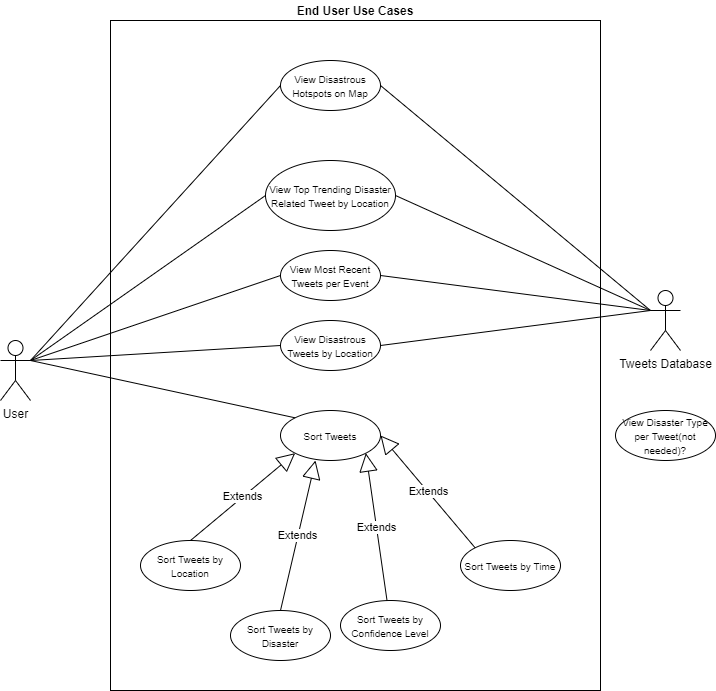
Above: _media/usecases/enduser.png in Lassonde-Cardinals/dbuster-docs (draw.io), before the change. Source tidied: cells renumbered, new cells last; positions are measured from the earlier drawing's top-left corner, leaving out a move shared by most shapes.
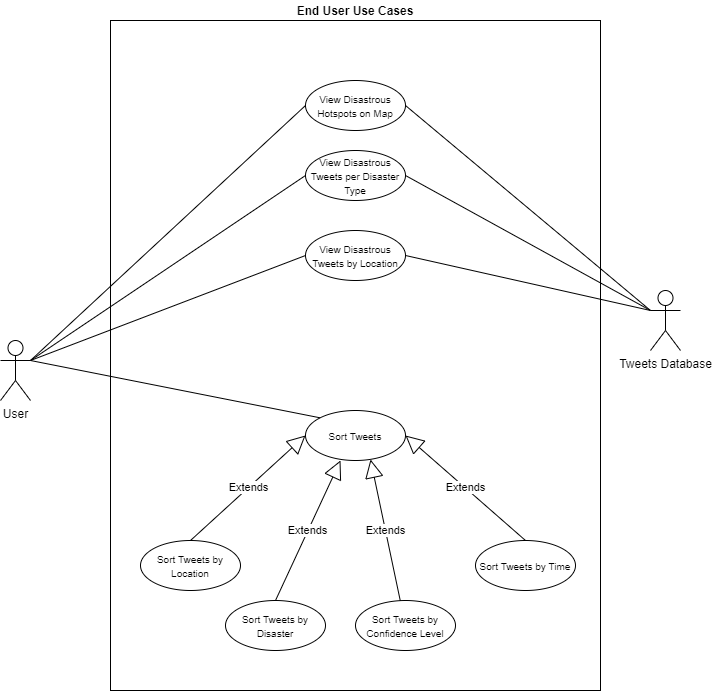
After the commit.

Commit message:
Added the drawio template and updated enduser use case

Change to the diagram source:
```diff
@@ -9,79 +9,67 @@
       <mxGeometry y="340" width="30" height="60" as="geometry" />
     </mxCell>
     <mxCell id="4" value="&lt;span style=&quot;font-size: 10px&quot;&gt;View Disastrous Hotspots on Map&lt;/span&gt;" style="ellipse;whiteSpace=wrap;html=1;" parent="1" vertex="1">
-      <mxGeometry x="280" y="60" width="100" height="50" as="geometry" />
+      <mxGeometry x="305" y="80" width="100" height="50" as="geometry" />
     </mxCell>
     <mxCell id="5" value="&lt;span style=&quot;font-size: 10px&quot;&gt;View Disastrous Tweets by Location&lt;/span&gt;" style="ellipse;whiteSpace=wrap;html=1;" parent="1" vertex="1">
-      <mxGeometry x="280" y="320" width="100" height="50" as="geometry" />
+      <mxGeometry x="305" y="230" width="100" height="50" as="geometry" />
     </mxCell>
     <mxCell id="6" value="Tweets Database" style="shape=umlActor;verticalLabelPosition=bottom;verticalAlign=top;html=1;" parent="1" vertex="1">
       <mxGeometry x="650" y="290" width="30" height="60" as="geometry" />
     </mxCell>
-    <mxCell id="7" value="&lt;span style=&quot;font-size: 10px&quot;&gt;View Most Recent Tweets per Event&lt;/span&gt;" style="ellipse;whiteSpace=wrap;html=1;" parent="1" vertex="1">
-      <mxGeometry x="280" y="250" width="100" height="50" as="geometry" />
+    <mxCell id="7" value="&lt;span style=&quot;font-size: 10px&quot;&gt;View Disastrous Tweets per Disaster Type&lt;/span&gt;" style="ellipse;whiteSpace=wrap;html=1;" parent="1" vertex="1">
+      <mxGeometry x="305" y="150" width="100" height="50" as="geometry" />
     </mxCell>
-    <mxCell id="8" value="&lt;span style=&quot;font-size: 10px&quot;&gt;View Disaster Type per Tweet(not needed)?&lt;/span&gt;" style="ellipse;whiteSpace=wrap;html=1;" parent="1" vertex="1">
-      <mxGeometry x="615" y="410" width="100" height="50" as="geometry" />
+    <mxCell id="8" value="&lt;span style=&quot;font-size: 10px&quot;&gt;Sort Tweets&lt;/span&gt;" style="ellipse;whiteSpace=wrap;html=1;" parent="1" vertex="1">
+      <mxGeometry x="305" y="410" width="100" height="50" as="geometry" />
     </mxCell>
-    <mxCell id="9" value="&lt;span style=&quot;font-size: 10px&quot;&gt;View Top Trending Disaster Related Tweet by Location&lt;/span&gt;" style="ellipse;whiteSpace=wrap;html=1;" parent="1" vertex="1">
-      <mxGeometry x="265" y="160" width="130" height="70" as="geometry" />
+    <mxCell id="9" value="&lt;span style=&quot;font-size: 10px&quot;&gt;Sort Tweets by Location&lt;/span&gt;" style="ellipse;whiteSpace=wrap;html=1;" parent="1" vertex="1">
+      <mxGeometry x="140" y="540" width="100" height="50" as="geometry" />
     </mxCell>
-    <mxCell id="10" value="&lt;span style=&quot;font-size: 10px&quot;&gt;Sort Tweets&lt;/span&gt;" style="ellipse;whiteSpace=wrap;html=1;" parent="1" vertex="1">
-      <mxGeometry x="280" y="410" width="100" height="50" as="geometry" />
+    <mxCell id="10" value="&lt;span style=&quot;font-size: 10px&quot;&gt;Sort Tweets by Confidence Level&lt;/span&gt;" style="ellipse;whiteSpace=wrap;html=1;" parent="1" vertex="1">
+      <mxGeometry x="355" y="600" width="100" height="50" as="geometry" />
     </mxCell>
-    <mxCell id="11" value="&lt;span style=&quot;font-size: 10px&quot;&gt;Sort Tweets by Location&lt;/span&gt;" style="ellipse;whiteSpace=wrap;html=1;" parent="1" vertex="1">
-      <mxGeometry x="140" y="540" width="100" height="50" as="geometry" />
+    <mxCell id="11" value="&lt;span style=&quot;font-size: 10px&quot;&gt;Sort Tweets by Disaster&lt;/span&gt;" style="ellipse;whiteSpace=wrap;html=1;" parent="1" vertex="1">
+      <mxGeometry x="225" y="600" width="100" height="50" as="geometry" />
     </mxCell>
-    <mxCell id="12" value="&lt;span style=&quot;font-size: 10px&quot;&gt;Sort Tweets by Confidence Level&lt;/span&gt;" style="ellipse;whiteSpace=wrap;html=1;" parent="1" vertex="1">
-      <mxGeometry x="340" y="600" width="100" height="50" as="geometry" />
+    <mxCell id="12" value="&lt;span style=&quot;font-size: 10px&quot;&gt;Sort Tweets by Time&lt;/span&gt;" style="ellipse;whiteSpace=wrap;html=1;" parent="1" vertex="1">
+      <mxGeometry x="475" y="540" width="100" height="50" as="geometry" />
     </mxCell>
-    <mxCell id="13" value="&lt;span style=&quot;font-size: 10px&quot;&gt;Sort Tweets by Disaster&lt;/span&gt;" style="ellipse;whiteSpace=wrap;html=1;" parent="1" vertex="1">
-      <mxGeometry x="230" y="610" width="100" height="50" as="geometry" />
+    <mxCell id="13" style="endArrow=none;html=1;exitX=1;exitY=0.3333333333333333;exitDx=0;exitDy=0;exitPerimeter=0;entryX=0;entryY=0;entryDx=0;entryDy=0;" parent="1" edge="1" source="3" target="8">
+      <mxGeometry relative="1" as="geometry" />
     </mxCell>
-    <mxCell id="14" value="&lt;span style=&quot;font-size: 10px&quot;&gt;Sort Tweets by Time&lt;/span&gt;" style="ellipse;whiteSpace=wrap;html=1;" parent="1" vertex="1">
-      <mxGeometry x="460" y="540" width="100" height="50" as="geometry" />
+    <mxCell id="14" value="Extends" style="endArrow=block;endSize=16;endFill=0;html=1;exitX=0.5;exitY=0;exitDx=0;exitDy=0;entryX=0;entryY=0.5;entryDx=0;entryDy=0;" parent="1" edge="1" source="9" target="8">
+      <mxGeometry relative="1" as="geometry" />
     </mxCell>
-    <mxCell id="15" style="endArrow=none;html=1;exitX=1;exitY=0.3333333333333333;exitDx=0;exitDy=0;exitPerimeter=0;entryX=0;entryY=0;entryDx=0;entryDy=0;" parent="1" edge="1" source="3" target="10">
+    <mxCell id="15" value="Extends" style="endArrow=block;endSize=16;endFill=0;html=1;exitX=0.5;exitY=0;exitDx=0;exitDy=0;entryX=0.35;entryY=1;entryDx=0;entryDy=0;entryPerimeter=0;" parent="1" edge="1" source="11" target="8">
       <mxGeometry relative="1" as="geometry" />
     </mxCell>
-    <mxCell id="16" value="Extends" style="endArrow=block;endSize=16;endFill=0;html=1;exitX=0.5;exitY=0;exitDx=0;exitDy=0;entryX=0;entryY=1;entryDx=0;entryDy=0;" parent="1" edge="1" source="11" target="10">
+    <mxCell id="16" value="Extends" style="endArrow=block;endSize=16;endFill=0;html=1;entryX=0.65;entryY=0.98;entryDx=0;entryDy=0;entryPerimeter=0;" parent="1" edge="1" source="10" target="8">
       <mxGeometry relative="1" as="geometry" />
     </mxCell>
-    <mxCell id="17" value="Extends" style="endArrow=block;endSize=16;endFill=0;html=1;exitX=0.5;exitY=0;exitDx=0;exitDy=0;entryX=0.35;entryY=1;entryDx=0;entryDy=0;entryPerimeter=0;" parent="1" edge="1" source="13" target="10">
+    <mxCell id="17" value="Extends" style="endArrow=block;endSize=16;endFill=0;html=1;exitX=0.5;exitY=0;exitDx=0;exitDy=0;entryX=1;entryY=0.5;entryDx=0;entryDy=0;" parent="1" edge="1" source="12" target="8">
       <mxGeometry relative="1" as="geometry" />
     </mxCell>
-    <mxCell id="18" value="Extends" style="endArrow=block;endSize=16;endFill=0;html=1;entryX=1;entryY=1;entryDx=0;entryDy=0;" parent="1" edge="1" source="12" target="10">
+    <mxCell id="18" style="endArrow=none;html=1;exitX=1;exitY=0.3333333333333333;exitDx=0;exitDy=0;exitPerimeter=0;entryX=0;entryY=0.5;entryDx=0;entryDy=0;" parent="1" edge="1" source="3" target="7">
       <mxGeometry relative="1" as="geometry" />
     </mxCell>
-    <mxCell id="19" value="Extends" style="endArrow=block;endSize=16;endFill=0;html=1;exitX=0;exitY=0;exitDx=0;exitDy=0;entryX=1;entryY=0.5;entryDx=0;entryDy=0;" parent="1" edge="1" source="14" target="10">
+    <mxCell id="19" style="endArrow=none;html=1;exitX=1;exitY=0.3333333333333333;exitDx=0;exitDy=0;exitPerimeter=0;entryX=0;entryY=0.5;entryDx=0;entryDy=0;" parent="1" edge="1" source="3" target="4">
       <mxGeometry relative="1" as="geometry" />
     </mxCell>
-    <mxCell id="20" style="endArrow=none;html=1;exitX=1;exitY=0.3333333333333333;exitDx=0;exitDy=0;exitPerimeter=0;entryX=0;entryY=0.5;entryDx=0;entryDy=0;" parent="1" edge="1" source="3" target="9">
+    <mxCell id="20" style="endArrow=none;html=1;exitX=1;exitY=0.3333333333333333;exitDx=0;exitDy=0;exitPerimeter=0;entryX=0;entryY=0.5;entryDx=0;entryDy=0;" parent="1" edge="1" source="3" target="5">
       <mxGeometry relative="1" as="geometry" />
     </mxCell>
-    <mxCell id="21" style="endArrow=none;html=1;exitX=1;exitY=0.3333333333333333;exitDx=0;exitDy=0;exitPerimeter=0;entryX=0;entryY=0.5;entryDx=0;entryDy=0;" parent="1" edge="1" source="3" target="7">
+    <mxCell id="21" style="endArrow=none;html=1;exitX=1;exitY=0.5;exitDx=0;exitDy=0;entryX=0;entryY=0.3333333333333333;entryDx=0;entryDy=0;entryPerimeter=0;" parent="1" edge="1" source="4" target="6">
       <mxGeometry relative="1" as="geometry" />
     </mxCell>
-    <mxCell id="22" style="endArrow=none;html=1;exitX=1;exitY=0.3333333333333333;exitDx=0;exitDy=0;exitPerimeter=0;entryX=0;entryY=0.5;entryDx=0;entryDy=0;" parent="1" edge="1" source="3" target="4">
+    <mxCell id="22" style="endArrow=none;html=1;exitX=1;exitY=0.5;exitDx=0;exitDy=0;entryX=0;entryY=0.3333333333333333;entryDx=0;entryDy=0;entryPerimeter=0;" parent="1" edge="1" source="7" target="6">
       <mxGeometry relative="1" as="geometry" />
     </mxCell>
-    <mxCell id="23" style="endArrow=none;html=1;exitX=1;exitY=0.3333333333333333;exitDx=0;exitDy=0;exitPerimeter=0;entryX=0;entryY=0.5;entryDx=0;entryDy=0;" parent="1" edge="1" source="3" target="5">
+    <mxCell id="23" style="endArrow=none;html=1;exitX=1;exitY=0.5;exitDx=0;exitDy=0;entryX=0;entryY=0.3333333333333333;entryDx=0;entryDy=0;entryPerimeter=0;" parent="1" edge="1" source="5" target="6">
       <mxGeometry relative="1" as="geometry" />
     </mxCell>
-    <mxCell id="24" style="endArrow=none;html=1;exitX=1;exitY=0.5;exitDx=0;exitDy=0;entryX=0;entryY=0.3333333333333333;entryDx=0;entryDy=0;entryPerimeter=0;" parent="1" edge="1" source="4" target="6">
-      <mxGeometry relative="1" as="geometry" />
+    <mxCell id="24" value="&lt;b&gt;End User Use Cases&lt;/b&gt;" style="text;html=1;strokeColor=none;fillColor=none;align=center;verticalAlign=middle;whiteSpace=wrap;rounded=0;" parent="1" vertex="1">
+      <mxGeometry x="115" width="480" height="20" as="geometry" />
     </mxCell>
-    <mxCell id="25" style="endArrow=none;html=1;exitX=1;exitY=0.5;exitDx=0;exitDy=0;entryX=0;entryY=0.3333333333333333;entryDx=0;entryDy=0;entryPerimeter=0;" parent="1" edge="1" source="9" target="6">
-      <mxGeometry relative="1" as="geometry" />
-    </mxCell>
-    <mxCell id="26" style="endArrow=none;html=1;exitX=1;exitY=0.5;exitDx=0;exitDy=0;entryX=0;entryY=0.3333333333333333;entryDx=0;entryDy=0;entryPerimeter=0;" parent="1" edge="1" source="7" target="6">
-      <mxGeometry relative="1" as="geometry" />
-    </mxCell>
-    <mxCell id="27" style="endArrow=none;html=1;exitX=1;exitY=0.5;exitDx=0;exitDy=0;entryX=0;entryY=0.3333333333333333;entryDx=0;entryDy=0;entryPerimeter=0;" parent="1" edge="1" source="5" target="6">
-      <mxGeometry relative="1" as="geometry" />
-    </mxCell>
-    <mxCell id="28" value="&lt;b&gt;End User Use Cases&lt;/b&gt;" style="text;html=1;strokeColor=none;fillColor=none;align=center;verticalAlign=middle;whiteSpace=wrap;rounded=0;" parent="1" vertex="1">
-      <mxGeometry x="115" width="480" height="20" as="geometry" />
-    </mxCell>
   </root>
 </mxGraphModel>
```
